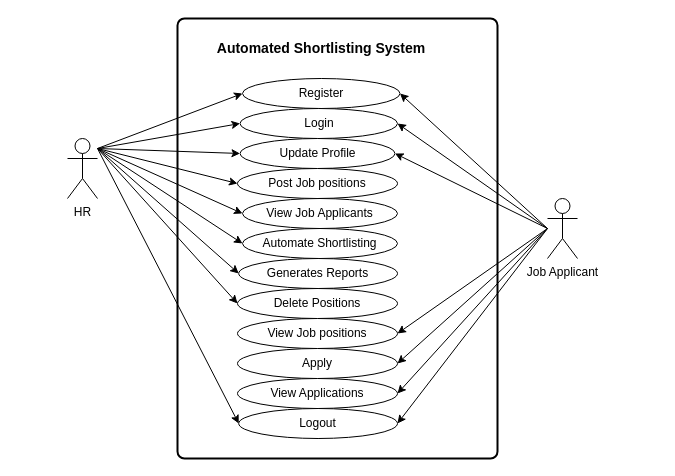
Gertrude36/shortlisting-ai keeps this draw.io diagram as Use case.drawio. Above is the earlier version. Source tidied: cells renumbered, new cells numbered last; positions are measured from the earlier drawing's top-left corner, leaving out a move shared by most shapes. Both pictures are drawn from the tidied source at 100%, with x=0, y=0 at pixel (67, 18).
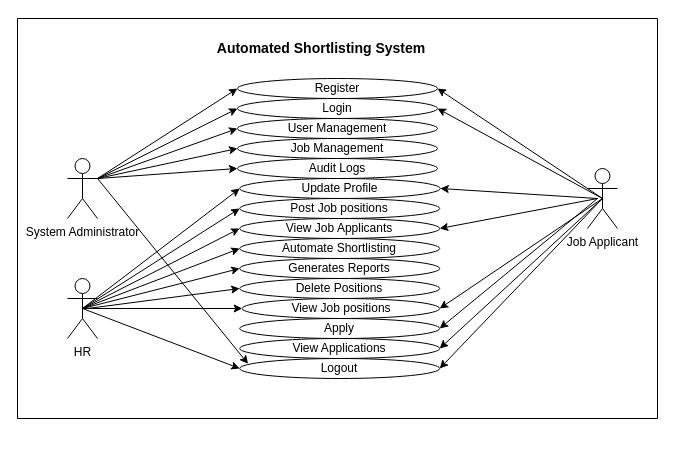
The same diagram, later.

What changed in the source:
```diff
@@
-    <mxCell id="2" style="rounded=1;whiteSpace=wrap;html=1;absoluteArcSize=1;arcSize=14;strokeWidth=2;" parent="1" vertex="1">
-      <mxGeometry x="110" width="320" height="440" as="geometry" />
-    </mxCell>
     <mxCell id="3" value="HR" style="shape=umlActor;verticalLabelPosition=bottom;verticalAlign=top;html=1;" parent="1" vertex="1">
-      <mxGeometry y="120" width="30" height="60" as="geometry" />
+      <mxGeometry y="260" width="30" height="60" as="geometry" />
     </mxCell>
     <mxCell id="4" value="Job Applicant" style="shape=umlActor;verticalLabelPosition=bottom;verticalAlign=top;html=1;" parent="1" vertex="1">
-      <mxGeometry x="480" y="180" width="30" height="60" as="geometry" />
+      <mxGeometry x="520" y="150" width="30" height="60" as="geometry" />
     </mxCell>
     <mxCell id="5" value="Register" style="ellipse;whiteSpace=wrap;html=1;" parent="1" vertex="1">
-      <mxGeometry x="175" y="60" width="157.5" height="30" as="geometry" />
+      <mxGeometry x="170" y="60" width="200" height="20" as="geometry" />
     </mxCell>
     <mxCell id="6" value="Login" style="ellipse;whiteSpace=wrap;html=1;" parent="1" vertex="1">
-      <mxGeometry x="172.5" y="90" width="157.5" height="30" as="geometry" />
+      <mxGeometry x="170" y="80" width="200" height="20" as="geometry" />
     </mxCell>
     <mxCell id="7" value="Post Job positions" style="ellipse;whiteSpace=wrap;html=1;" parent="1" vertex="1">
-      <mxGeometry x="170" y="150" width="160" height="30" as="geometry" />
+      <mxGeometry x="172.2" y="180" width="200" height="20" as="geometry" />
     </mxCell>
     <mxCell id="8" value="View Job Applicants" style="ellipse;whiteSpace=wrap;html=1;" parent="1" vertex="1">
-      <mxGeometry x="175" y="180" width="155" height="30" as="geometry" />
+      <mxGeometry x="172.2" y="200" width="200" height="20" as="geometry" />
     </mxCell>
     <mxCell id="9" value="View Job positions" style="ellipse;whiteSpace=wrap;html=1;" parent="1" vertex="1">
-      <mxGeometry x="170" y="300" width="160" height="30" as="geometry" />
+      <mxGeometry x="174.7" y="280" width="197.5" height="20" as="geometry" />
     </mxCell>
     <mxCell id="10" value="Automate Shortlisting" style="ellipse;whiteSpace=wrap;html=1;" parent="1" vertex="1">
-      <mxGeometry x="175" y="210" width="155" height="30" as="geometry" />
+      <mxGeometry x="172.2" y="220" width="200" height="20" as="geometry" />
     </mxCell>
     <mxCell id="11" value="Apply" style="ellipse;whiteSpace=wrap;html=1;" parent="1" vertex="1">
-      <mxGeometry x="170" y="330" width="160" height="30" as="geometry" />
+      <mxGeometry x="172.2" y="300" width="200" height="20" as="geometry" />
     </mxCell>
     <mxCell id="12" value="Delete Positions" style="ellipse;whiteSpace=wrap;html=1;" parent="1" vertex="1">
-      <mxGeometry x="170" y="270" width="160" height="30" as="geometry" />
+      <mxGeometry x="172.2" y="260" width="200" height="20" as="geometry" />
     </mxCell>
     <mxCell id="13" value="View Applications" style="ellipse;whiteSpace=wrap;html=1;" parent="1" vertex="1">
-      <mxGeometry x="170" y="360" width="160" height="30" as="geometry" />
+      <mxGeometry x="172.2" y="320" width="200" height="20" as="geometry" />
     </mxCell>
     <mxCell id="14" value="Logout" style="ellipse;whiteSpace=wrap;html=1;" parent="1" vertex="1">
-      <mxGeometry x="171.2" y="390" width="158.8" height="30" as="geometry" />
+      <mxGeometry x="172.2" y="340" width="200" height="20" as="geometry" />
     </mxCell>
     <mxCell id="15" value="Update Profile" style="ellipse;whiteSpace=wrap;html=1;" parent="1" vertex="1">
-      <mxGeometry x="172.5" y="120" width="155" height="30" as="geometry" />
+      <mxGeometry x="172.2" y="160" width="200.6" height="20" as="geometry" />
     </mxCell>
     <mxCell id="16" value="Generates Reports" style="ellipse;whiteSpace=wrap;html=1;" parent="1" vertex="1">
-      <mxGeometry x="171.2" y="240" width="158.8" height="30" as="geometry" />
+      <mxGeometry x="172.2" y="240" width="200" height="20" as="geometry" />
     </mxCell>
-    <mxCell id="17" style="endArrow=classic;html=1;rounded=0;entryX=1;entryY=0.5;entryDx=0;entryDy=0;" parent="1" edge="1" target="5">
-      <mxGeometry relative="1" as="geometry">
-        <mxPoint x="480" y="210" as="sourcePoint" />
-      </mxGeometry>
-    </mxCell>
-    <mxCell id="18" style="endArrow=classic;html=1;rounded=0;entryX=1;entryY=0.5;entryDx=0;entryDy=0;" parent="1" edge="1" target="6">
-      <mxGeometry relative="1" as="geometry">
-        <mxPoint x="480" y="210" as="sourcePoint" />
-      </mxGeometry>
-    </mxCell>
-    <mxCell id="19" style="endArrow=classic;html=1;rounded=0;entryX=1;entryY=0.5;entryDx=0;entryDy=0;" parent="1" edge="1" target="15">
-      <mxGeometry relative="1" as="geometry">
-        <mxPoint x="480" y="210" as="sourcePoint" />
-      </mxGeometry>
-    </mxCell>
-    <mxCell id="20" style="endArrow=classic;html=1;rounded=0;entryX=0;entryY=0.5;entryDx=0;entryDy=0;" parent="1" edge="1" target="5">
-      <mxGeometry relative="1" as="geometry">
-        <mxPoint x="30" y="130" as="sourcePoint" />
-      </mxGeometry>
-    </mxCell>
-    <mxCell id="21" style="endArrow=classic;html=1;rounded=0;entryX=0;entryY=0.5;entryDx=0;entryDy=0;" parent="1" edge="1" target="6">
-      <mxGeometry relative="1" as="geometry">
-        <mxPoint x="30" y="130" as="sourcePoint" />
-      </mxGeometry>
-    </mxCell>
-    <mxCell id="22" style="endArrow=classic;html=1;rounded=0;entryX=0;entryY=0.5;entryDx=0;entryDy=0;" parent="1" edge="1" target="15">
-      <mxGeometry relative="1" as="geometry">
-        <mxPoint x="30" y="130" as="sourcePoint" />
-      </mxGeometry>
-    </mxCell>
-    <mxCell id="23" style="endArrow=classic;html=1;rounded=0;entryX=0;entryY=0.5;entryDx=0;entryDy=0;" parent="1" edge="1" target="7">
-      <mxGeometry relative="1" as="geometry">
-        <mxPoint x="30" y="130" as="sourcePoint" />
-      </mxGeometry>
-    </mxCell>
-    <mxCell id="24" style="endArrow=classic;html=1;rounded=0;entryX=0;entryY=0.5;entryDx=0;entryDy=0;" parent="1" edge="1" target="8">
-      <mxGeometry relative="1" as="geometry">
-        <mxPoint x="30" y="130" as="sourcePoint" />
-      </mxGeometry>
-    </mxCell>
-    <mxCell id="25" style="endArrow=classic;html=1;rounded=0;entryX=0;entryY=0.5;entryDx=0;entryDy=0;" parent="1" edge="1" target="10">
-      <mxGeometry relative="1" as="geometry">
-        <mxPoint x="30" y="130" as="sourcePoint" />
-      </mxGeometry>
-    </mxCell>
-    <mxCell id="26" style="endArrow=classic;html=1;rounded=0;entryX=0;entryY=0.5;entryDx=0;entryDy=0;" parent="1" edge="1" target="16">
-      <mxGeometry relative="1" as="geometry">
-        <mxPoint x="30" y="130" as="sourcePoint" />
-      </mxGeometry>
-    </mxCell>
-    <mxCell id="27" style="endArrow=classic;html=1;rounded=0;entryX=0;entryY=0.5;entryDx=0;entryDy=0;" parent="1" edge="1" target="12">
-      <mxGeometry relative="1" as="geometry">
-        <mxPoint x="30" y="130" as="sourcePoint" />
-      </mxGeometry>
-    </mxCell>
-    <mxCell id="28" style="endArrow=classic;html=1;rounded=0;entryX=0;entryY=0.5;entryDx=0;entryDy=0;" parent="1" edge="1" target="14">
-      <mxGeometry relative="1" as="geometry">
-        <mxPoint x="30" y="130" as="sourcePoint" />
-      </mxGeometry>
-    </mxCell>
-    <mxCell id="29" style="endArrow=classic;html=1;rounded=0;entryX=1;entryY=0.5;entryDx=0;entryDy=0;" parent="1" edge="1" target="9">
-      <mxGeometry relative="1" as="geometry">
-        <mxPoint x="480" y="210" as="sourcePoint" />
-      </mxGeometry>
-    </mxCell>
-    <mxCell id="30" style="endArrow=classic;html=1;rounded=0;entryX=1;entryY=0.5;entryDx=0;entryDy=0;" parent="1" edge="1" target="11">
-      <mxGeometry relative="1" as="geometry">
-        <mxPoint x="480" y="210" as="sourcePoint" />
-      </mxGeometry>
-    </mxCell>
-    <mxCell id="31" style="endArrow=classic;html=1;rounded=0;entryX=1;entryY=0.5;entryDx=0;entryDy=0;" parent="1" edge="1" target="13">
-      <mxGeometry relative="1" as="geometry">
-        <mxPoint x="480" y="210" as="sourcePoint" />
-      </mxGeometry>
-    </mxCell>
-    <mxCell id="32" style="endArrow=classic;html=1;rounded=0;entryX=1;entryY=0.5;entryDx=0;entryDy=0;" parent="1" edge="1" target="14">
-      <mxGeometry relative="1" as="geometry">
-        <mxPoint x="480" y="210" as="sourcePoint" />
-      </mxGeometry>
-    </mxCell>
@@
+    <mxCell id="34" value="System Administrator" style="shape=umlActor;verticalLabelPosition=bottom;verticalAlign=top;html=1;" parent="1" vertex="1">
+      <mxGeometry y="140" width="30" height="60" as="geometry" />
+    </mxCell>
+    <mxCell id="35" value="User Management" style="ellipse;whiteSpace=wrap;html=1;" parent="1" vertex="1">
+      <mxGeometry x="170" y="100" width="200" height="20" as="geometry" />
+    </mxCell>
+    <mxCell id="36" value="Job Management" style="ellipse;whiteSpace=wrap;html=1;" parent="1" vertex="1">
+      <mxGeometry x="170" y="120" width="200" height="20" as="geometry" />
+    </mxCell>
+    <mxCell id="37" value="Audit Logs" style="ellipse;whiteSpace=wrap;html=1;" parent="1" vertex="1">
+      <mxGeometry x="170" y="140" width="200" height="20" as="geometry" />
+    </mxCell>
+    <mxCell id="38" style="endArrow=classic;html=1;rounded=0;exitX=0.5;exitY=0.5;exitDx=0;exitDy=0;exitPerimeter=0;entryX=1;entryY=0.5;entryDx=0;entryDy=0;" parent="1" edge="1" source="4" target="5">
+      <mxGeometry relative="1" as="geometry" />
+    </mxCell>
+    <mxCell id="39" style="endArrow=classic;html=1;rounded=0;entryX=1;entryY=0.5;entryDx=0;entryDy=0;exitX=0.5;exitY=0.5;exitDx=0;exitDy=0;exitPerimeter=0;" parent="1" edge="1" source="4">
+      <mxGeometry relative="1" as="geometry">
+        <mxPoint x="370" y="90" as="targetPoint" />
+      </mxGeometry>
+    </mxCell>
+    <mxCell id="40" style="endArrow=classic;html=1;rounded=0;entryX=1;entryY=0.5;entryDx=0;entryDy=0;exitX=0.5;exitY=0.5;exitDx=0;exitDy=0;exitPerimeter=0;" parent="1" edge="1" source="4" target="14">
+      <mxGeometry relative="1" as="geometry" />
+    </mxCell>
+    <mxCell id="41" style="endArrow=classic;html=1;rounded=0;exitX=0.5;exitY=0.5;exitDx=0;exitDy=0;exitPerimeter=0;entryX=1;entryY=0.5;entryDx=0;entryDy=0;" parent="1" edge="1" source="4" target="13">
+      <mxGeometry relative="1" as="geometry" />
+    </mxCell>
+    <mxCell id="42" style="endArrow=classic;html=1;rounded=0;entryX=1;entryY=0.5;entryDx=0;entryDy=0;" parent="1" edge="1" target="11">
+      <mxGeometry relative="1" as="geometry">
+        <mxPoint x="530" y="180" as="sourcePoint" />
+      </mxGeometry>
+    </mxCell>
+    <mxCell id="43" style="endArrow=classic;html=1;rounded=0;entryX=1;entryY=0.5;entryDx=0;entryDy=0;exitX=0.5;exitY=0.5;exitDx=0;exitDy=0;exitPerimeter=0;" parent="1" edge="1" source="4" target="9">
+      <mxGeometry relative="1" as="geometry" />
+    </mxCell>
+    <mxCell id="44" style="endArrow=classic;html=1;rounded=0;entryX=1;entryY=0.5;entryDx=0;entryDy=0;" parent="1" edge="1" target="15">
+      <mxGeometry relative="1" as="geometry">
+        <mxPoint x="530" y="180" as="sourcePoint" />
+      </mxGeometry>
+    </mxCell>
+    <mxCell id="45" style="endArrow=classic;html=1;rounded=0;entryX=0;entryY=0.5;entryDx=0;entryDy=0;exitX=1;exitY=0.3333333333333333;exitDx=0;exitDy=0;exitPerimeter=0;" parent="1" edge="1" source="34" target="5">
+      <mxGeometry relative="1" as="geometry" />
+    </mxCell>
+    <mxCell id="46" style="endArrow=classic;html=1;rounded=0;exitX=1;exitY=0.3333333333333333;exitDx=0;exitDy=0;exitPerimeter=0;entryX=0;entryY=0.5;entryDx=0;entryDy=0;" parent="1" edge="1" source="34" target="6">
+      <mxGeometry relative="1" as="geometry" />
+    </mxCell>
+    <mxCell id="47" style="endArrow=classic;html=1;rounded=0;entryX=0;entryY=0.5;entryDx=0;entryDy=0;" parent="1" edge="1" target="35">
+      <mxGeometry relative="1" as="geometry">
+        <mxPoint x="30" y="160" as="sourcePoint" />
+      </mxGeometry>
+    </mxCell>
+    <mxCell id="48" style="endArrow=classic;html=1;rounded=0;entryX=0;entryY=0.5;entryDx=0;entryDy=0;" parent="1" edge="1" target="36">
+      <mxGeometry relative="1" as="geometry">
+        <mxPoint x="30" y="160" as="sourcePoint" />
+      </mxGeometry>
+    </mxCell>
+    <mxCell id="49" style="endArrow=classic;html=1;rounded=0;entryX=0;entryY=0.5;entryDx=0;entryDy=0;" parent="1" edge="1" target="37">
+      <mxGeometry relative="1" as="geometry">
+        <mxPoint x="30" y="160" as="sourcePoint" />
+      </mxGeometry>
+    </mxCell>
+    <mxCell id="50" style="endArrow=classic;html=1;rounded=0;exitX=0.5;exitY=0.5;exitDx=0;exitDy=0;exitPerimeter=0;entryX=0;entryY=0.5;entryDx=0;entryDy=0;" parent="1" edge="1" source="3" target="15">
+      <mxGeometry relative="1" as="geometry" />
+    </mxCell>
+    <mxCell id="51" style="endArrow=classic;html=1;rounded=0;entryX=0;entryY=0.5;entryDx=0;entryDy=0;exitX=0.5;exitY=0.5;exitDx=0;exitDy=0;exitPerimeter=0;" parent="1" edge="1" source="3" target="7">
+      <mxGeometry relative="1" as="geometry" />
+    </mxCell>
+    <mxCell id="52" style="endArrow=classic;html=1;rounded=0;exitX=0.5;exitY=0.5;exitDx=0;exitDy=0;exitPerimeter=0;entryX=0;entryY=0.5;entryDx=0;entryDy=0;" parent="1" edge="1" source="3" target="8">
+      <mxGeometry relative="1" as="geometry" />
+    </mxCell>
+    <mxCell id="53" style="endArrow=classic;html=1;rounded=0;entryX=1;entryY=0.5;entryDx=0;entryDy=0;" parent="1" edge="1" target="8">
+      <mxGeometry relative="1" as="geometry">
+        <mxPoint x="530" y="180" as="sourcePoint" />
+      </mxGeometry>
+    </mxCell>
+    <mxCell id="54" style="endArrow=classic;html=1;rounded=0;entryX=0;entryY=0.5;entryDx=0;entryDy=0;exitX=0.5;exitY=0.5;exitDx=0;exitDy=0;exitPerimeter=0;" parent="1" edge="1" source="3" target="10">
+      <mxGeometry relative="1" as="geometry" />
+    </mxCell>
+    <mxCell id="55" style="endArrow=classic;html=1;rounded=0;entryX=0;entryY=0.5;entryDx=0;entryDy=0;exitX=0.5;exitY=0.5;exitDx=0;exitDy=0;exitPerimeter=0;" parent="1" edge="1" source="3" target="16">
+      <mxGeometry relative="1" as="geometry" />
+    </mxCell>
+    <mxCell id="56" style="endArrow=classic;html=1;rounded=0;entryX=0;entryY=0.5;entryDx=0;entryDy=0;" parent="1" edge="1" target="12">
+      <mxGeometry relative="1" as="geometry">
+        <mxPoint x="20" y="290" as="sourcePoint" />
+      </mxGeometry>
+    </mxCell>
+    <mxCell id="57" style="endArrow=classic;html=1;rounded=0;exitX=0.5;exitY=0.5;exitDx=0;exitDy=0;exitPerimeter=0;entryX=0;entryY=0.5;entryDx=0;entryDy=0;" parent="1" edge="1" source="3" target="9">
+      <mxGeometry relative="1" as="geometry" />
+    </mxCell>
+    <mxCell id="58" style="endArrow=classic;html=1;rounded=0;exitX=0.5;exitY=0.5;exitDx=0;exitDy=0;exitPerimeter=0;entryX=0;entryY=0.5;entryDx=0;entryDy=0;" parent="1" edge="1" source="3" target="14">
+      <mxGeometry relative="1" as="geometry" />
+    </mxCell>
+    <mxCell id="59" style="endArrow=classic;html=1;rounded=0;entryX=0.042;entryY=0.267;entryDx=0;entryDy=0;entryPerimeter=0;" parent="1" edge="1" target="14">
+      <mxGeometry relative="1" as="geometry">
+        <mxPoint x="30" y="160" as="sourcePoint" />
+      </mxGeometry>
+    </mxCell>
+    <mxCell id="60" style="swimlane;startSize=0;" parent="1" vertex="1">
+      <mxGeometry x="-50" width="640" height="400" as="geometry" />
+    </mxCell>
```
